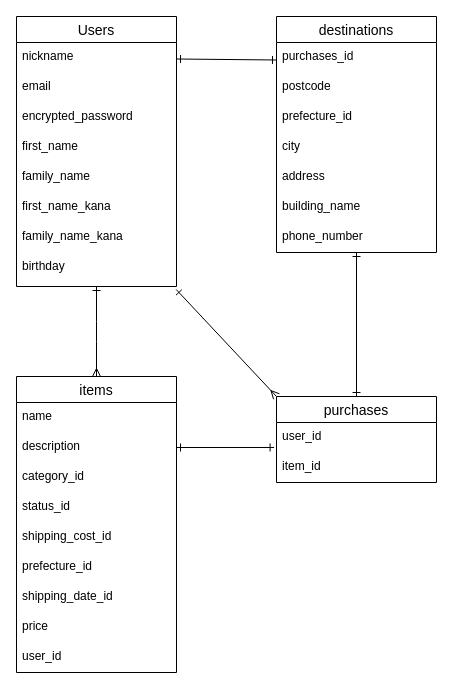
yktksgr/furima-38845 keeps this draw.io diagram as furima.dio. Above is the earlier version. Source tidied: cells renumbered, new cells numbered last; positions are measured from the earlier drawing's top-left corner, leaving out a move shared by most shapes. Both pictures are drawn from the tidied source at 100%, with x=0, y=0 at pixel (16, 16).
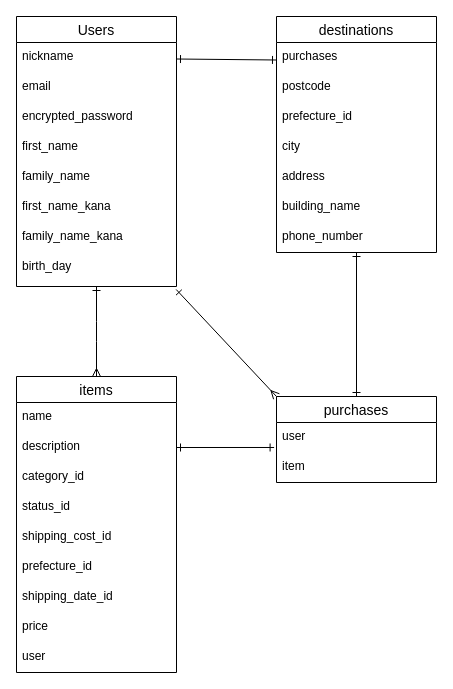
The same page after the edit.

Commit message (it also covers changes not shown here):
ER図とREADMEの修正

Unchanged cells that the change refers to:
```xml
<mxCell id="3" value="Users" style="swimlane;fontStyle=0;horizontal=1;startSize=26;align=center;fontSize=14;" parent="1" vertex="1">
  <mxGeometry width="160" height="270" as="geometry" />
</mxCell>
<mxCell id="12" value="items" style="swimlane;fontStyle=0;horizontal=1;startSize=26;align=center;fontSize=14;" parent="1" vertex="1">
  <mxGeometry y="360" width="160" height="296" as="geometry" />
</mxCell>
<mxCell id="23" value="destinations" style="swimlane;fontStyle=0;horizontal=1;startSize=26;align=center;fontSize=14;" parent="1" vertex="1">
  <mxGeometry x="260" width="160" height="236" as="geometry" />
</mxCell>
<mxCell id="32" value="purchases" style="swimlane;fontStyle=0;horizontal=1;startSize=26;align=center;fontSize=14;" parent="1" vertex="1">
  <mxGeometry x="260" y="380" width="160" height="86" as="geometry" />
</mxCell>
```

The edit, as a diff of the source:
```diff
@@
-    <mxCell id="11" value="birthday" style="text;strokeColor=none;fillColor=none;spacingLeft=4;spacingRight=4;overflow=hidden;points=[[0,0.5],[1,0.5]];portConstraint=eastwest;fontSize=12;" parent="3" vertex="1">
+    <mxCell id="11" value="birth_day" style="text;strokeColor=none;fillColor=none;spacingLeft=4;spacingRight=4;overflow=hidden;points=[[0,0.5],[1,0.5]];portConstraint=eastwest;fontSize=12;" parent="3" vertex="1">
       <mxGeometry y="236" width="160" height="34" as="geometry" />
     </mxCell>
@@
-    <mxCell id="21" value="user_id" style="text;strokeColor=none;fillColor=none;spacingLeft=4;spacingRight=4;overflow=hidden;fontSize=12;" parent="12" vertex="1">
+    <mxCell id="21" value="user" style="text;strokeColor=none;fillColor=none;spacingLeft=4;spacingRight=4;overflow=hidden;fontSize=12;" parent="12" vertex="1">
       <mxGeometry y="266" width="160" height="30" as="geometry" />
     </mxCell>
@@
-    <mxCell id="24" value="purchases_id" style="text;strokeColor=none;fillColor=none;spacingLeft=4;spacingRight=4;overflow=hidden;fontSize=12;" parent="23" vertex="1">
+    <mxCell id="24" value="purchases" style="text;strokeColor=none;fillColor=none;spacingLeft=4;spacingRight=4;overflow=hidden;fontSize=12;" parent="23" vertex="1">
       <mxGeometry y="26" width="160" height="30" as="geometry" />
     </mxCell>
@@
-    <mxCell id="33" value="user_id" style="text;strokeColor=none;fillColor=none;spacingLeft=4;spacingRight=4;overflow=hidden;points=[[0,0.5],[1,0.5]];portConstraint=eastwest;fontSize=12;" parent="32" vertex="1">
+    <mxCell id="33" value="user" style="text;strokeColor=none;fillColor=none;spacingLeft=4;spacingRight=4;overflow=hidden;points=[[0,0.5],[1,0.5]];portConstraint=eastwest;fontSize=12;" parent="32" vertex="1">
       <mxGeometry y="26" width="160" height="30" as="geometry" />
     </mxCell>
-    <mxCell id="34" value="item_id" style="text;strokeColor=none;fillColor=none;spacingLeft=4;spacingRight=4;overflow=hidden;fontSize=12;" parent="32" vertex="1">
+    <mxCell id="34" value="item" style="text;strokeColor=none;fillColor=none;spacingLeft=4;spacingRight=4;overflow=hidden;fontSize=12;" parent="32" vertex="1">
       <mxGeometry y="56" width="160" height="30" as="geometry" />
     </mxCell>
```
